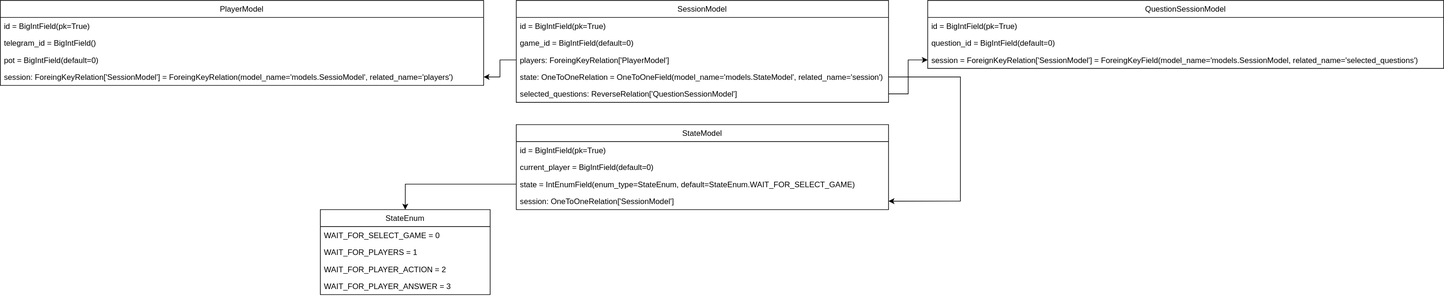
Before: bot-logic.svg, a diagram exported from draw.io (copper-boy/my-game). Source tidied: cells renumbered, new cells last; positions are measured from the earlier drawing's top-left corner, leaving out a move shared by most shapes. Source of this version:
```xml
<mxGraphModel>
  <root>
    <mxCell id="0" />
    <mxCell id="1" parent="0" />
    <mxCell id="2" value="SessionModel" style="swimlane;fontStyle=0;horizontal=1;startSize=26;fillColor=none;" parent="1" vertex="1">
      <mxGeometry x="790" width="570" height="156" as="geometry" />
    </mxCell>
    <mxCell id="3" value="id = BigIntField(pk=True)" style="text;strokeColor=none;fillColor=none;align=left;verticalAlign=top;spacingLeft=4;spacingRight=4;overflow=hidden;" parent="2" vertex="1">
      <mxGeometry y="26" width="570" height="26" as="geometry" />
    </mxCell>
    <mxCell id="4" value="game_id = BigIntField(default=0)" style="text;strokeColor=none;fillColor=none;align=left;verticalAlign=top;spacingLeft=4;spacingRight=4;overflow=hidden;" parent="2" vertex="1">
      <mxGeometry y="52" width="570" height="26" as="geometry" />
    </mxCell>
    <mxCell id="5" value="players: ForeingKeyRelation['PlayerModel']" style="text;strokeColor=none;fillColor=none;align=left;verticalAlign=top;spacingLeft=4;spacingRight=4;overflow=hidden;points=[[0,0.5],[1,0.5]];portConstraint=eastwest;" parent="2" vertex="1">
      <mxGeometry y="78" width="570" height="26" as="geometry" />
    </mxCell>
    <mxCell id="6" value="state: OneToOneRelation = OneToOneField(model_name='models.StateModel', related_name='session')" style="text;strokeColor=none;fillColor=none;align=left;verticalAlign=top;spacingLeft=4;spacingRight=4;overflow=hidden;points=[[0,0.5],[1,0.5]];portConstraint=eastwest;" parent="2" vertex="1">
      <mxGeometry y="104" width="570" height="26" as="geometry" />
    </mxCell>
    <mxCell id="7" value="selected_questions: ReverseRelation['QuestionSessionModel']" style="text;strokeColor=none;fillColor=none;align=left;verticalAlign=top;spacingLeft=4;spacingRight=4;overflow=hidden;points=[[0,0.5],[1,0.5]];portConstraint=eastwest;" parent="2" vertex="1">
      <mxGeometry y="130" width="570" height="26" as="geometry" />
    </mxCell>
    <mxCell id="8" value="PlayerModel" style="swimlane;fontStyle=0;horizontal=1;startSize=26;fillColor=none;" parent="1" vertex="1">
      <mxGeometry width="740" height="130" as="geometry" />
    </mxCell>
    <mxCell id="9" value="id = BigIntField(pk=True)" style="text;strokeColor=none;fillColor=none;align=left;verticalAlign=top;spacingLeft=4;spacingRight=4;overflow=hidden;" parent="8" vertex="1">
      <mxGeometry y="26" width="740" height="26" as="geometry" />
    </mxCell>
    <mxCell id="10" value="telegram_id = BigIntField()" style="text;strokeColor=none;fillColor=none;align=left;verticalAlign=top;spacingLeft=4;spacingRight=4;overflow=hidden;" parent="8" vertex="1">
      <mxGeometry y="52" width="740" height="26" as="geometry" />
    </mxCell>
    <mxCell id="11" value="pot = BigIntField(default=0)" style="text;strokeColor=none;fillColor=none;align=left;verticalAlign=top;spacingLeft=4;spacingRight=4;overflow=hidden;" parent="8" vertex="1">
      <mxGeometry y="78" width="740" height="26" as="geometry" />
    </mxCell>
    <mxCell id="12" value="session: ForeingKeyRelation['SessionModel'] = ForeingKeyRelation(model_name='models.SessioModel', related_name='players')" style="text;strokeColor=none;fillColor=none;align=left;verticalAlign=top;spacingLeft=4;spacingRight=4;overflow=hidden;points=[[0,0.5],[1,0.5]];portConstraint=eastwest;" parent="8" vertex="1">
      <mxGeometry y="104" width="740" height="26" as="geometry" />
    </mxCell>
    <mxCell id="13" value="StateModel" style="swimlane;fontStyle=0;horizontal=1;startSize=26;fillColor=none;" parent="1" vertex="1">
      <mxGeometry x="790" y="190" width="570" height="130" as="geometry" />
    </mxCell>
    <mxCell id="14" value="id = BigIntField(pk=True)" style="text;strokeColor=none;fillColor=none;align=left;verticalAlign=top;spacingLeft=4;spacingRight=4;overflow=hidden;" parent="13" vertex="1">
      <mxGeometry y="26" width="570" height="26" as="geometry" />
    </mxCell>
    <mxCell id="15" value="current_player = BigIntField(default=0)" style="text;strokeColor=none;fillColor=none;align=left;verticalAlign=top;spacingLeft=4;spacingRight=4;overflow=hidden;" parent="13" vertex="1">
      <mxGeometry y="52" width="570" height="26" as="geometry" />
    </mxCell>
    <mxCell id="16" value="state = IntEnumField(enum_type=StateEnum, default=StateEnum.WAIT_FOR_SELECT_GAME)" style="text;strokeColor=none;fillColor=none;align=left;verticalAlign=top;spacingLeft=4;spacingRight=4;overflow=hidden;points=[[0,0.5],[1,0.5]];portConstraint=eastwest;" parent="13" vertex="1">
      <mxGeometry y="78" width="570" height="26" as="geometry" />
    </mxCell>
    <mxCell id="17" value="session: OneToOneRelation['SessionModel']" style="text;strokeColor=none;fillColor=none;align=left;verticalAlign=top;spacingLeft=4;spacingRight=4;overflow=hidden;points=[[0,0.5],[1,0.5]];portConstraint=eastwest;" parent="13" vertex="1">
      <mxGeometry y="104" width="570" height="26" as="geometry" />
    </mxCell>
    <mxCell id="18" value="StateEnum" style="swimlane;fontStyle=0;horizontal=1;startSize=26;fillColor=none;" parent="1" vertex="1">
      <mxGeometry x="490" y="320" width="260" height="130" as="geometry" />
    </mxCell>
    <mxCell id="19" value="WAIT_FOR_SELECT_GAME = 0" style="text;strokeColor=none;fillColor=none;align=left;verticalAlign=top;spacingLeft=4;spacingRight=4;overflow=hidden;" parent="18" vertex="1">
      <mxGeometry y="26" width="260" height="26" as="geometry" />
    </mxCell>
    <mxCell id="20" value="WAIT_FOR_PLAYERS = 1" style="text;strokeColor=none;fillColor=none;align=left;verticalAlign=top;spacingLeft=4;spacingRight=4;overflow=hidden;" parent="18" vertex="1">
      <mxGeometry y="52" width="260" height="26" as="geometry" />
    </mxCell>
    <mxCell id="21" value="WAIT_FOR_PLAYER_ACTION = 2" style="text;strokeColor=none;fillColor=none;align=left;verticalAlign=top;spacingLeft=4;spacingRight=4;overflow=hidden;" parent="18" vertex="1">
      <mxGeometry y="78" width="260" height="26" as="geometry" />
    </mxCell>
    <mxCell id="22" value="WAIT_FOR_PLAYER_ANSWER = 3" style="text;strokeColor=none;fillColor=none;align=left;verticalAlign=top;spacingLeft=4;spacingRight=4;overflow=hidden;" parent="18" vertex="1">
      <mxGeometry y="104" width="260" height="26" as="geometry" />
    </mxCell>
    <mxCell id="23" style="edgeStyle=orthogonalEdgeStyle;rounded=0;jettySize=auto;html=1;entryX=0.5;entryY=0;entryDx=0;entryDy=0;" parent="1" edge="1" source="16" target="18">
      <mxGeometry relative="1" as="geometry" />
    </mxCell>
    <mxCell id="24" style="edgeStyle=orthogonalEdgeStyle;rounded=0;jettySize=auto;html=1;" parent="1" edge="1" source="5" target="12">
      <mxGeometry relative="1" as="geometry" />
    </mxCell>
    <mxCell id="25" value="QuestionSessionModel" style="swimlane;fontStyle=0;horizontal=1;startSize=26;fillColor=none;" parent="1" vertex="1">
      <mxGeometry x="1420" width="790" height="104" as="geometry" />
    </mxCell>
    <mxCell id="26" value="id = BigIntField(pk=True)" style="text;strokeColor=none;fillColor=none;align=left;verticalAlign=top;spacingLeft=4;spacingRight=4;overflow=hidden;" parent="25" vertex="1">
      <mxGeometry y="26" width="790" height="26" as="geometry" />
    </mxCell>
    <mxCell id="27" value="question_id = BigIntField(default=0)" style="text;strokeColor=none;fillColor=none;align=left;verticalAlign=top;spacingLeft=4;spacingRight=4;overflow=hidden;" parent="25" vertex="1">
      <mxGeometry y="52" width="790" height="26" as="geometry" />
    </mxCell>
    <mxCell id="28" value="session = ForeignKeyRelation['SessionModel'] = ForeingKeyField(model_name='models.SessionModel, related_name='selected_questions')" style="text;strokeColor=none;fillColor=none;align=left;verticalAlign=top;spacingLeft=4;spacingRight=4;overflow=hidden;points=[[0,0.5],[1,0.5]];portConstraint=eastwest;" parent="25" vertex="1">
      <mxGeometry y="78" width="790" height="26" as="geometry" />
    </mxCell>
    <mxCell id="29" style="edgeStyle=orthogonalEdgeStyle;rounded=0;jettySize=auto;html=1;entryX=1;entryY=0.5;entryDx=0;entryDy=0;" parent="1" edge="1" source="6" target="17">
      <mxGeometry relative="1" as="geometry">
        <Array as="points">
          <mxPoint x="1470" y="117" />
          <mxPoint x="1470" y="307" />
        </Array>
      </mxGeometry>
    </mxCell>
    <mxCell id="30" style="edgeStyle=orthogonalEdgeStyle;rounded=0;jettySize=auto;html=1;entryX=0;entryY=0.5;entryDx=0;entryDy=0;" parent="1" edge="1" source="7" target="28">
      <mxGeometry relative="1" as="geometry" />
    </mxCell>
  </root>
</mxGraphModel>
```
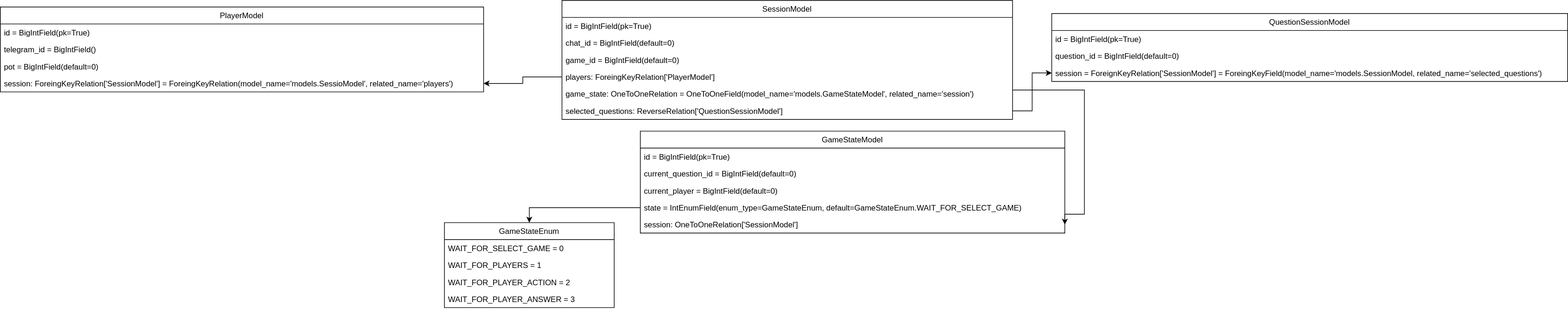
The same file after the commit.

Change to the diagram source:
```diff
@@ -3,25 +3,28 @@
     <mxCell id="0" />
     <mxCell id="1" parent="0" />
     <mxCell id="2" value="SessionModel" style="swimlane;fontStyle=0;horizontal=1;startSize=26;fillColor=none;" parent="1" vertex="1">
-      <mxGeometry x="790" width="570" height="156" as="geometry" />
+      <mxGeometry x="670" y="-20" width="690" height="182" as="geometry" />
     </mxCell>
     <mxCell id="3" value="id = BigIntField(pk=True)" style="text;strokeColor=none;fillColor=none;align=left;verticalAlign=top;spacingLeft=4;spacingRight=4;overflow=hidden;" parent="2" vertex="1">
-      <mxGeometry y="26" width="570" height="26" as="geometry" />
+      <mxGeometry y="26" width="690" height="26" as="geometry" />
     </mxCell>
+    <mxCell id="31" value="chat_id = BigIntField(default=0)" style="text;strokeColor=none;fillColor=none;align=left;verticalAlign=top;spacingLeft=4;spacingRight=4;overflow=hidden;" parent="2" vertex="1">
+      <mxGeometry y="52" width="690" height="26" as="geometry" />
+    </mxCell>
     <mxCell id="4" value="game_id = BigIntField(default=0)" style="text;strokeColor=none;fillColor=none;align=left;verticalAlign=top;spacingLeft=4;spacingRight=4;overflow=hidden;" parent="2" vertex="1">
-      <mxGeometry y="52" width="570" height="26" as="geometry" />
+      <mxGeometry y="78" width="690" height="26" as="geometry" />
     </mxCell>
     <mxCell id="5" value="players: ForeingKeyRelation['PlayerModel']" style="text;strokeColor=none;fillColor=none;align=left;verticalAlign=top;spacingLeft=4;spacingRight=4;overflow=hidden;points=[[0,0.5],[1,0.5]];portConstraint=eastwest;" parent="2" vertex="1">
-      <mxGeometry y="78" width="570" height="26" as="geometry" />
+      <mxGeometry y="104" width="690" height="26" as="geometry" />
     </mxCell>
-    <mxCell id="6" value="state: OneToOneRelation = OneToOneField(model_name='models.StateModel', related_name='session')" style="text;strokeColor=none;fillColor=none;align=left;verticalAlign=top;spacingLeft=4;spacingRight=4;overflow=hidden;points=[[0,0.5],[1,0.5]];portConstraint=eastwest;" parent="2" vertex="1">
-      <mxGeometry y="104" width="570" height="26" as="geometry" />
+    <mxCell id="6" value="game_state: OneToOneRelation = OneToOneField(model_name='models.GameStateModel', related_name='session')" style="text;strokeColor=none;fillColor=none;align=left;verticalAlign=top;spacingLeft=4;spacingRight=4;overflow=hidden;points=[[0,0.5],[1,0.5]];portConstraint=eastwest;" parent="2" vertex="1">
+      <mxGeometry y="130" width="690" height="26" as="geometry" />
     </mxCell>
     <mxCell id="7" value="selected_questions: ReverseRelation['QuestionSessionModel']" style="text;strokeColor=none;fillColor=none;align=left;verticalAlign=top;spacingLeft=4;spacingRight=4;overflow=hidden;points=[[0,0.5],[1,0.5]];portConstraint=eastwest;" parent="2" vertex="1">
-      <mxGeometry y="130" width="570" height="26" as="geometry" />
+      <mxGeometry y="156" width="690" height="26" as="geometry" />
     </mxCell>
     <mxCell id="8" value="PlayerModel" style="swimlane;fontStyle=0;horizontal=1;startSize=26;fillColor=none;" parent="1" vertex="1">
-      <mxGeometry width="740" height="130" as="geometry" />
+      <mxGeometry x="-190" y="-10" width="740" height="130" as="geometry" />
     </mxCell>
     <mxCell id="9" value="id = BigIntField(pk=True)" style="text;strokeColor=none;fillColor=none;align=left;verticalAlign=top;spacingLeft=4;spacingRight=4;overflow=hidden;" parent="8" vertex="1">
       <mxGeometry y="26" width="740" height="26" as="geometry" />
@@ -35,22 +38,25 @@
     <mxCell id="12" value="session: ForeingKeyRelation['SessionModel'] = ForeingKeyRelation(model_name='models.SessioModel', related_name='players')" style="text;strokeColor=none;fillColor=none;align=left;verticalAlign=top;spacingLeft=4;spacingRight=4;overflow=hidden;points=[[0,0.5],[1,0.5]];portConstraint=eastwest;" parent="8" vertex="1">
       <mxGeometry y="104" width="740" height="26" as="geometry" />
     </mxCell>
-    <mxCell id="13" value="StateModel" style="swimlane;fontStyle=0;horizontal=1;startSize=26;fillColor=none;" parent="1" vertex="1">
-      <mxGeometry x="790" y="190" width="570" height="130" as="geometry" />
+    <mxCell id="13" value="GameStateModel" style="swimlane;fontStyle=0;horizontal=1;startSize=26;fillColor=none;" parent="1" vertex="1">
+      <mxGeometry x="790" y="180" width="650" height="156" as="geometry" />
     </mxCell>
     <mxCell id="14" value="id = BigIntField(pk=True)" style="text;strokeColor=none;fillColor=none;align=left;verticalAlign=top;spacingLeft=4;spacingRight=4;overflow=hidden;" parent="13" vertex="1">
-      <mxGeometry y="26" width="570" height="26" as="geometry" />
+      <mxGeometry y="26" width="650" height="26" as="geometry" />
     </mxCell>
+    <mxCell id="32" value="current_question_id = BigIntField(default=0)" style="text;strokeColor=none;fillColor=none;align=left;verticalAlign=top;spacingLeft=4;spacingRight=4;overflow=hidden;" parent="13" vertex="1">
+      <mxGeometry y="52" width="650" height="26" as="geometry" />
+    </mxCell>
     <mxCell id="15" value="current_player = BigIntField(default=0)" style="text;strokeColor=none;fillColor=none;align=left;verticalAlign=top;spacingLeft=4;spacingRight=4;overflow=hidden;" parent="13" vertex="1">
-      <mxGeometry y="52" width="570" height="26" as="geometry" />
+      <mxGeometry y="78" width="650" height="26" as="geometry" />
     </mxCell>
-    <mxCell id="16" value="state = IntEnumField(enum_type=StateEnum, default=StateEnum.WAIT_FOR_SELECT_GAME)" style="text;strokeColor=none;fillColor=none;align=left;verticalAlign=top;spacingLeft=4;spacingRight=4;overflow=hidden;points=[[0,0.5],[1,0.5]];portConstraint=eastwest;" parent="13" vertex="1">
-      <mxGeometry y="78" width="570" height="26" as="geometry" />
+    <mxCell id="16" value="state = IntEnumField(enum_type=GameStateEnum, default=GameStateEnum.WAIT_FOR_SELECT_GAME)" style="text;strokeColor=none;fillColor=none;align=left;verticalAlign=top;spacingLeft=4;spacingRight=4;overflow=hidden;points=[[0,0.5],[1,0.5]];portConstraint=eastwest;" parent="13" vertex="1">
+      <mxGeometry y="104" width="650" height="26" as="geometry" />
     </mxCell>
     <mxCell id="17" value="session: OneToOneRelation['SessionModel']" style="text;strokeColor=none;fillColor=none;align=left;verticalAlign=top;spacingLeft=4;spacingRight=4;overflow=hidden;points=[[0,0.5],[1,0.5]];portConstraint=eastwest;" parent="13" vertex="1">
-      <mxGeometry y="104" width="570" height="26" as="geometry" />
+      <mxGeometry y="130" width="650" height="26" as="geometry" />
     </mxCell>
-    <mxCell id="18" value="StateEnum" style="swimlane;fontStyle=0;horizontal=1;startSize=26;fillColor=none;" parent="1" vertex="1">
+    <mxCell id="18" value="GameStateEnum" style="swimlane;fontStyle=0;horizontal=1;startSize=26;fillColor=none;" parent="1" vertex="1">
       <mxGeometry x="490" y="320" width="260" height="130" as="geometry" />
     </mxCell>
     <mxCell id="19" value="WAIT_FOR_SELECT_GAME = 0" style="text;strokeColor=none;fillColor=none;align=left;verticalAlign=top;spacingLeft=4;spacingRight=4;overflow=hidden;" parent="18" vertex="1">
```
